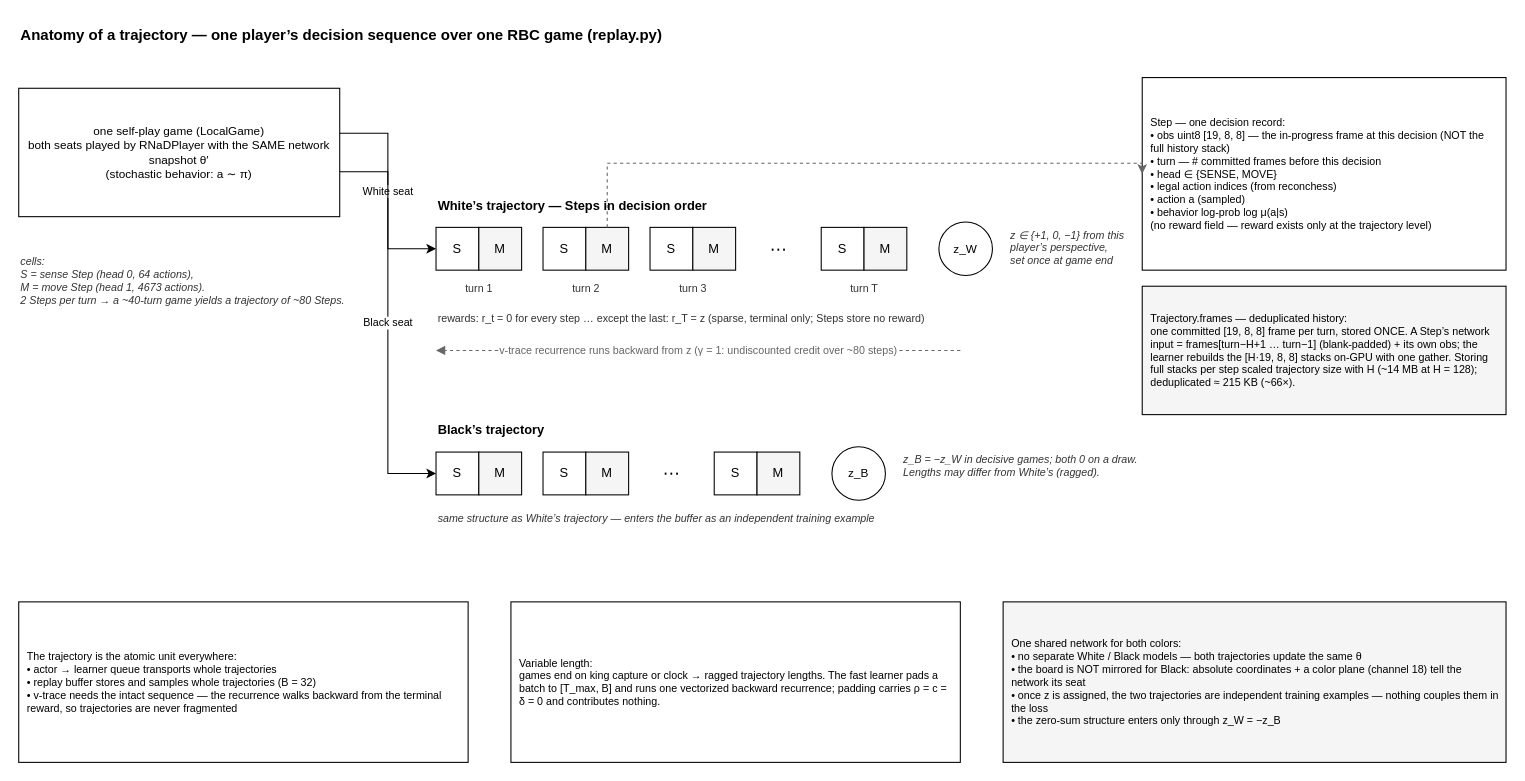
This is docs/diagrams/05-trajectory-anatomy.drawio from TristanBandat/deepnash-rbc, a draw.io file, before an edit. Source tidied: cells renumbered, new cells numbered last; positions are measured from the earlier drawing's top-left corner, leaving out a move shared by most shapes. Both pictures are drawn from the tidied source at 107%, with x=0, y=0 at pixel (18, 18).
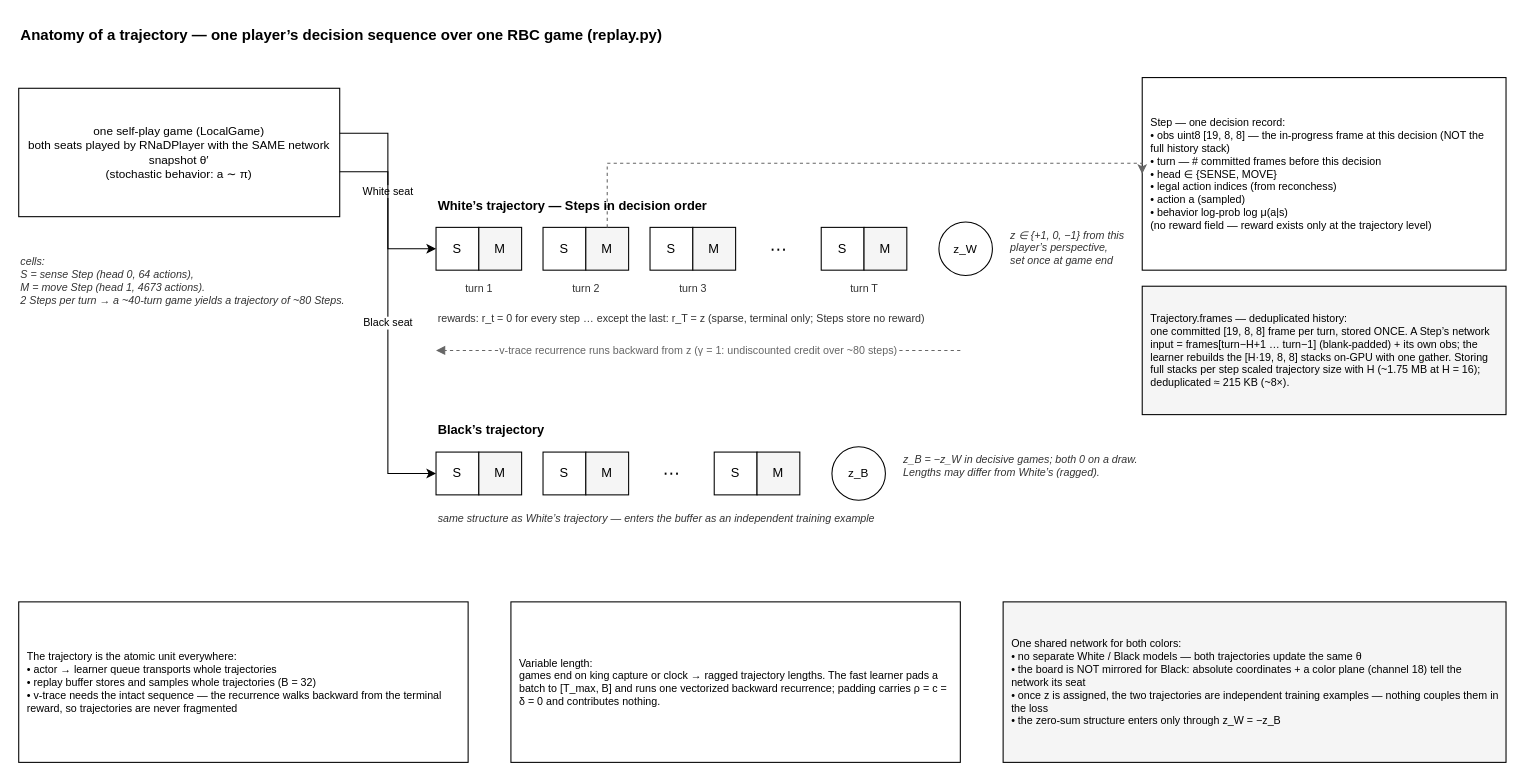
The same diagram, later.

What changed in the source:
```diff
@@
-    <mxCell id="6" value="Trajectory.frames — deduplicated history:&lt;br&gt;one committed [19, 8, 8] frame per turn, stored ONCE. A Step’s network input = frames[turn−H+1 … turn−1] (blank-padded) + its own obs; the learner rebuilds the [H·19, 8, 8] stacks on-GPU with one gather. Storing full stacks per step scaled trajectory size with H (~14 MB at H = 128); deduplicated ≈ 215 KB (~66×)." style="rounded=0;whiteSpace=wrap;html=1;fillColor=#F5F5F5;strokeColor=#000000;fontSize=10;align=left;spacing=8;" parent="1" vertex="1">
+    <mxCell id="6" value="Trajectory.frames — deduplicated history:&lt;br&gt;one committed [19, 8, 8] frame per turn, stored ONCE. A Step’s network input = frames[turn−H+1 … turn−1] (blank-padded) + its own obs; the learner rebuilds the [H·19, 8, 8] stacks on-GPU with one gather. Storing full stacks per step scaled trajectory size with H (~1.75 MB at H = 16); deduplicated ≈ 215 KB (~8×)." style="rounded=0;whiteSpace=wrap;html=1;fillColor=#F5F5F5;strokeColor=#000000;fontSize=10;align=left;spacing=8;" parent="1" vertex="1">
       <mxGeometry x="1050" y="250" width="340" height="120" as="geometry" />
     </mxCell>
```
